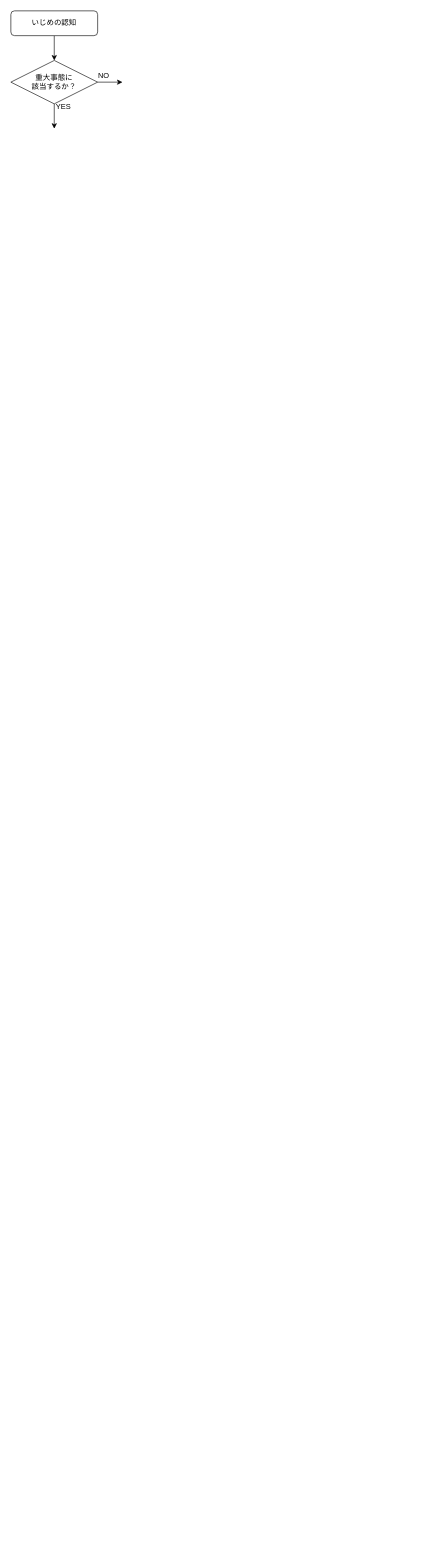
Above: src/ippan/r4/6-gatu/ijime-flow.drawio in yasutakeyohei/book-yasutake (draw.io), before the change. Source tidied: cells renumbered, new cells numbered last; positions are measured from the earlier drawing's top-left corner, leaving out a move shared by most shapes. Both pictures are drawn from the tidied source at 62%, with x=0, y=0 at pixel (11, 11).
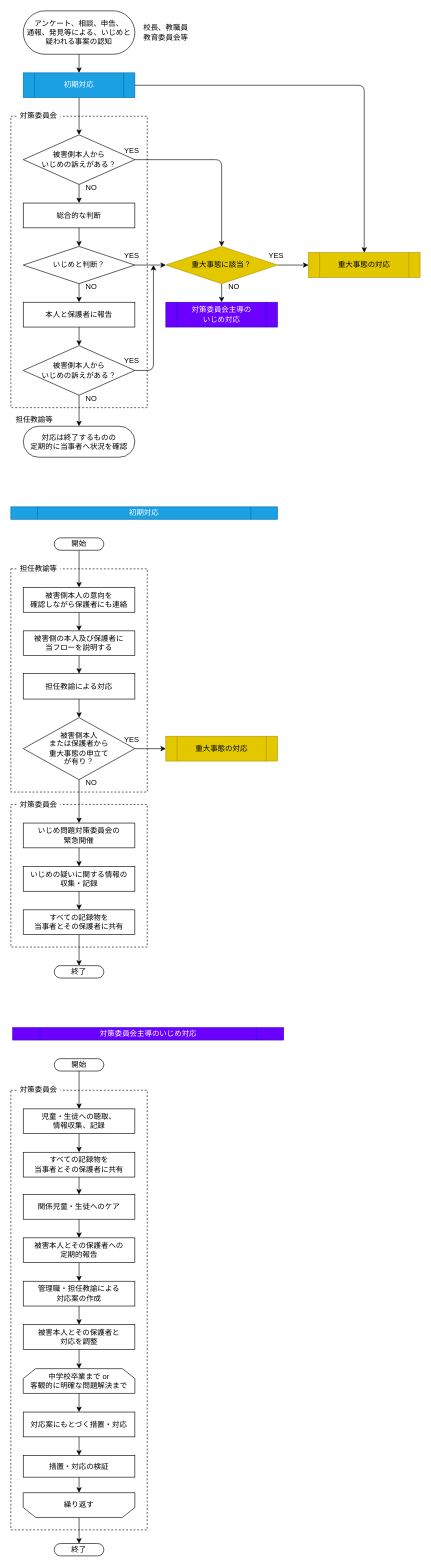
The same page after the edit.

Commit message:
初期対応、対策委員会主導の対応を作成

Diff of the diagram source:
```diff
@@
-    <mxCell id="2" style="edgeStyle=none;html=1;entryX=0.5;entryY=0;entryDx=0;entryDy=0;" parent="1" edge="1" source="3" target="6">
-      <mxGeometry relative="1" as="geometry" />
-    </mxCell>
-    <mxCell id="3" value="いじめの認知" style="rounded=1;whiteSpace=wrap;html=1;" parent="1" vertex="1">
-      <mxGeometry width="140" height="40" as="geometry" />
-    </mxCell>
-    <mxCell id="4" style="edgeStyle=none;html=1;" parent="1" edge="1" source="6">
-      <mxGeometry relative="1" as="geometry">
-        <mxPoint x="70" y="190" as="targetPoint" />
-      </mxGeometry>
-    </mxCell>
-    <mxCell id="5" style="edgeStyle=none;html=1;" parent="1" edge="1" source="6">
-      <mxGeometry relative="1" as="geometry">
-        <mxPoint x="180" y="115" as="targetPoint" />
-      </mxGeometry>
+    <mxCell id="5" style="edgeStyle=none;html=1;exitX=1;exitY=0.5;exitDx=0;exitDy=0;entryX=0;entryY=0.5;entryDx=0;entryDy=0;" parent="1" edge="1" source="6" target="52">
+      <mxGeometry relative="1" as="geometry" />
     </mxCell>
+    <mxCell id="9" style="edgeStyle=none;html=1;exitX=0.5;exitY=1;exitDx=0;exitDy=0;entryX=0.5;entryY=0;entryDx=0;entryDy=0;" parent="1" edge="1" source="6" target="49">
+      <mxGeometry relative="1" as="geometry" />
+    </mxCell>
-    <mxCell id="6" value="重大事態に&lt;br&gt;該当するか？" style="rhombus;whiteSpace=wrap;html=1;" parent="1" vertex="1">
-      <mxGeometry y="80" width="140" height="70" as="geometry" />
+    <mxCell id="6" value="重大事態に該当？" style="rhombus;whiteSpace=wrap;html=1;fillColor=#e3c800;fontColor=#000000;strokeColor=#B09500;" parent="1" vertex="1">
+      <mxGeometry x="250" y="380" width="180" height="60" as="geometry" />
     </mxCell>
     <mxCell id="7" value="YES" style="text;html=1;strokeColor=none;fillColor=none;align=center;verticalAlign=middle;whiteSpace=wrap;rounded=0;" parent="1" vertex="1">
-      <mxGeometry x="70" y="150" width="30" height="10" as="geometry" />
+      <mxGeometry x="180" y="560" width="30" height="10" as="geometry" />
     </mxCell>
     <mxCell id="8" value="NO" style="text;html=1;strokeColor=none;fillColor=none;align=center;verticalAlign=middle;whiteSpace=wrap;rounded=0;" parent="1" vertex="1">
-      <mxGeometry x="140" y="100" width="20" height="10" as="geometry" />
+      <mxGeometry x="120" y="620" width="20" height="10" as="geometry" />
     </mxCell>
+    <mxCell id="10" style="edgeStyle=orthogonalEdgeStyle;html=1;exitX=0.5;exitY=1;exitDx=0;exitDy=0;entryX=0.5;entryY=0;entryDx=0;entryDy=0;" parent="1" edge="1" source="11" target="54">
+      <mxGeometry relative="1" as="geometry" />
+    </mxCell>
+    <mxCell id="11" value="アンケート、相談、申告、&lt;br&gt;通報、発見等による、いじめと&lt;br&gt;疑われる事案の認知" style="rounded=1;whiteSpace=wrap;html=1;arcSize=50;" parent="1" vertex="1">
+      <mxGeometry x="20" width="180" height="70" as="geometry" />
+    </mxCell>
+    <mxCell id="12" style="edgeStyle=orthogonalEdgeStyle;rounded=0;html=1;exitX=0.5;exitY=1;exitDx=0;exitDy=0;fontSize=12;" parent="1" edge="1" source="13" target="78">
+      <mxGeometry relative="1" as="geometry" />
+    </mxCell>
+    <mxCell id="13" value="被害側の本人及び保護者に&lt;br&gt;当フローを説明する" style="rounded=0;whiteSpace=wrap;html=1;" parent="1" vertex="1">
+      <mxGeometry x="20" y="1000" width="180" height="40" as="geometry" />
+    </mxCell>
+    <mxCell id="14" value="校長、教職員&lt;br&gt;教育委員会等" style="text;html=1;strokeColor=none;fillColor=none;align=center;verticalAlign=middle;whiteSpace=wrap;rounded=0;" parent="1" vertex="1">
+      <mxGeometry x="210" y="20" width="80" height="30" as="geometry" />
+    </mxCell>
+    <mxCell id="15" style="edgeStyle=none;html=1;exitX=0.5;exitY=1;exitDx=0;exitDy=0;entryX=0.5;entryY=0;entryDx=0;entryDy=0;" parent="1" edge="1" source="16" target="13">
+      <mxGeometry relative="1" as="geometry" />
+    </mxCell>
+    <mxCell id="16" value="被害側本人の意向を&lt;br&gt;確認しながら保護者にも連絡" style="rounded=0;whiteSpace=wrap;html=1;" parent="1" vertex="1">
+      <mxGeometry x="20" y="930" width="180" height="40" as="geometry" />
+    </mxCell>
+    <mxCell id="17" style="edgeStyle=none;html=1;exitX=0.5;exitY=1;exitDx=0;exitDy=0;entryX=0.5;entryY=0;entryDx=0;entryDy=0;" parent="1" edge="1" source="18" target="20">
+      <mxGeometry relative="1" as="geometry" />
+    </mxCell>
+    <mxCell id="18" value="いじめ問題対策委員会の&lt;br&gt;緊急開催" style="rounded=0;whiteSpace=wrap;html=1;" parent="1" vertex="1">
+      <mxGeometry x="20" y="1310" width="180" height="40" as="geometry" />
+    </mxCell>
+    <mxCell id="19" style="edgeStyle=none;html=1;exitX=0.5;exitY=1;exitDx=0;exitDy=0;entryX=0.5;entryY=0;entryDx=0;entryDy=0;" parent="1" edge="1" source="20" target="45">
+      <mxGeometry relative="1" as="geometry" />
+    </mxCell>
+    <mxCell id="20" value="いじめの疑いに関する情報の&lt;br&gt;収集・記録" style="rounded=0;whiteSpace=wrap;html=1;" parent="1" vertex="1">
+      <mxGeometry x="20" y="1380" width="180" height="40" as="geometry" />
+    </mxCell>
+    <mxCell id="21" style="edgeStyle=none;html=1;exitX=0.5;exitY=1;exitDx=0;exitDy=0;entryX=0.5;entryY=0;entryDx=0;entryDy=0;" parent="1" edge="1" source="23" target="30">
+      <mxGeometry relative="1" as="geometry" />
+    </mxCell>
+    <mxCell id="22" style="edgeStyle=orthogonalEdgeStyle;html=1;exitX=1;exitY=0.5;exitDx=0;exitDy=0;entryX=0.5;entryY=0;entryDx=0;entryDy=0;" parent="1" edge="1" source="23" target="6">
+      <mxGeometry relative="1" as="geometry" />
+    </mxCell>
+    <mxCell id="23" value="被害側本人から&lt;br&gt;いじめの訴えがある？" style="rhombus;whiteSpace=wrap;html=1;" parent="1" vertex="1">
+      <mxGeometry x="20" y="200" width="180" height="80" as="geometry" />
+    </mxCell>
+    <mxCell id="24" style="edgeStyle=none;html=1;exitX=0.5;exitY=1;exitDx=0;exitDy=0;entryX=0.5;entryY=0;entryDx=0;entryDy=0;" parent="1" edge="1" source="25" target="28">
+      <mxGeometry relative="1" as="geometry" />
+    </mxCell>
+    <mxCell id="25" value="本人と保護者に報告" style="rounded=0;whiteSpace=wrap;html=1;" parent="1" vertex="1">
+      <mxGeometry x="20" y="470" width="180" height="40" as="geometry" />
+    </mxCell>
+    <mxCell id="26" style="edgeStyle=none;html=1;exitX=0.5;exitY=1;exitDx=0;exitDy=0;entryX=0.5;entryY=0;entryDx=0;entryDy=0;" parent="1" edge="1" source="28" target="50">
+      <mxGeometry relative="1" as="geometry" />
+    </mxCell>
+    <mxCell id="27" style="edgeStyle=none;html=1;exitX=1;exitY=0.5;exitDx=0;exitDy=0;" parent="1" edge="1" source="28">
+      <mxGeometry relative="1" as="geometry">
+        <mxPoint x="230" y="410" as="targetPoint" />
+        <Array as="points">
+          <mxPoint x="230" y="580" />
+        </Array>
+      </mxGeometry>
+    </mxCell>
+    <mxCell id="28" value="被害側本人から&lt;br&gt;いじめの訴えがある？" style="rhombus;whiteSpace=wrap;html=1;" parent="1" vertex="1">
+      <mxGeometry x="20" y="540" width="180" height="80" as="geometry" />
+    </mxCell>
+    <mxCell id="29" style="edgeStyle=none;html=1;exitX=0.5;exitY=1;exitDx=0;exitDy=0;entryX=0.5;entryY=0;entryDx=0;entryDy=0;" parent="1" edge="1" source="30" target="48">
+      <mxGeometry relative="1" as="geometry" />
+    </mxCell>
+    <mxCell id="30" value="総合的な判断" style="rounded=0;whiteSpace=wrap;html=1;" parent="1" vertex="1">
+      <mxGeometry x="20" y="310" width="180" height="40" as="geometry" />
+    </mxCell>
+    <mxCell id="31" style="edgeStyle=orthogonalEdgeStyle;rounded=1;html=1;fontSize=12;" parent="1" edge="1" source="32" target="76">
+      <mxGeometry relative="1" as="geometry" />
+    </mxCell>
+    <mxCell id="32" value="児童・生徒への聴取、&lt;br&gt;情報収集、記録" style="rounded=0;whiteSpace=wrap;html=1;" parent="1" vertex="1">
+      <mxGeometry x="20" y="1771" width="180" height="40" as="geometry" />
+    </mxCell>
+    <mxCell id="33" style="edgeStyle=orthogonalEdgeStyle;rounded=1;html=1;entryX=0.5;entryY=0;entryDx=0;entryDy=0;fontSize=12;" parent="1" edge="1" source="34" target="36">
+      <mxGeometry relative="1" as="geometry" />
+    </mxCell>
+    <mxCell id="34" value="関係児童・生徒へのケア" style="rounded=0;whiteSpace=wrap;html=1;" parent="1" vertex="1">
+      <mxGeometry x="20" y="1909" width="180" height="40" as="geometry" />
+    </mxCell>
+    <mxCell id="35" style="edgeStyle=orthogonalEdgeStyle;rounded=1;html=1;entryX=0.5;entryY=0;entryDx=0;entryDy=0;fontSize=12;" parent="1" edge="1" source="36" target="38">
+      <mxGeometry relative="1" as="geometry" />
+    </mxCell>
+    <mxCell id="36" value="被害本人とその保護者への&lt;br&gt;定期的報告" style="rounded=0;whiteSpace=wrap;html=1;" parent="1" vertex="1">
+      <mxGeometry x="20" y="1979" width="180" height="40" as="geometry" />
+    </mxCell>
+    <mxCell id="37" style="edgeStyle=orthogonalEdgeStyle;rounded=1;html=1;entryX=0.5;entryY=0;entryDx=0;entryDy=0;fontSize=12;" parent="1" edge="1" source="38" target="40">
+      <mxGeometry relative="1" as="geometry" />
+    </mxCell>
+    <mxCell id="38" value="管理職・担任教諭による&lt;br&gt;対応案の作成" style="rounded=0;whiteSpace=wrap;html=1;" parent="1" vertex="1">
+      <mxGeometry x="20" y="2049" width="180" height="40" as="geometry" />
+    </mxCell>
+    <mxCell id="39" style="edgeStyle=orthogonalEdgeStyle;rounded=1;html=1;fontSize=12;" parent="1" edge="1" source="40" target="80">
+      <mxGeometry relative="1" as="geometry" />
+    </mxCell>
+    <mxCell id="40" value="被害本人とその保護者と&lt;br&gt;対応を調整" style="rounded=0;whiteSpace=wrap;html=1;" parent="1" vertex="1">
+      <mxGeometry x="20" y="2119" width="180" height="40" as="geometry" />
+    </mxCell>
+    <mxCell id="41" style="edgeStyle=orthogonalEdgeStyle;rounded=1;html=1;entryX=0.5;entryY=0;entryDx=0;entryDy=0;fontSize=12;" parent="1" edge="1" source="42" target="43">
+      <mxGeometry relative="1" as="geometry" />
+    </mxCell>
+    <mxCell id="42" value="対応案にもとづく措置・対応" style="rounded=0;whiteSpace=wrap;html=1;" parent="1" vertex="1">
+      <mxGeometry x="20" y="2260" width="180" height="40" as="geometry" />
+    </mxCell>
+    <mxCell id="43" value="措置・対応の検証" style="rounded=0;whiteSpace=wrap;html=1;" parent="1" vertex="1">
+      <mxGeometry x="20" y="2330" width="180" height="35" as="geometry" />
+    </mxCell>
+    <mxCell id="44" style="edgeStyle=orthogonalEdgeStyle;rounded=1;html=1;exitX=0.5;exitY=1;exitDx=0;exitDy=0;entryX=0.5;entryY=0;entryDx=0;entryDy=0;fontSize=12;" parent="1" edge="1" source="45" target="72">
+      <mxGeometry relative="1" as="geometry" />
+    </mxCell>
+    <mxCell id="45" value="すべての記録物を&lt;br&gt;当事者とその保護者に共有" style="rounded=0;whiteSpace=wrap;html=1;" parent="1" vertex="1">
+      <mxGeometry x="20" y="1450" width="180" height="40" as="geometry" />
+    </mxCell>
+    <mxCell id="46" style="edgeStyle=none;html=1;exitX=0.5;exitY=1;exitDx=0;exitDy=0;entryX=0.5;entryY=0;entryDx=0;entryDy=0;" parent="1" edge="1" source="48">
+      <mxGeometry relative="1" as="geometry">
+        <mxPoint x="110" y="470" as="targetPoint" />
+      </mxGeometry>
+    </mxCell>
+    <mxCell id="47" style="edgeStyle=none;html=1;exitX=1;exitY=0.5;exitDx=0;exitDy=0;entryX=0;entryY=0.5;entryDx=0;entryDy=0;" parent="1" edge="1" source="48">
+      <mxGeometry relative="1" as="geometry">
+        <mxPoint x="250" y="410" as="targetPoint" />
+      </mxGeometry>
+    </mxCell>
+    <mxCell id="48" value="いじめと判断？" style="rhombus;whiteSpace=wrap;html=1;" parent="1" vertex="1">
+      <mxGeometry x="20" y="380" width="180" height="60" as="geometry" />
+    </mxCell>
+    <mxCell id="49" value="対策委員会主導の&lt;br&gt;いじめ対応" style="shape=process;whiteSpace=wrap;html=1;backgroundOutline=1;fillColor=#6a00ff;fontColor=#ffffff;strokeColor=#3700CC;" parent="1" vertex="1">
+      <mxGeometry x="250" y="470" width="180" height="40" as="geometry" />
+    </mxCell>
+    <mxCell id="50" value="&lt;span&gt;対応は終了するものの&lt;/span&gt;&lt;br&gt;&lt;span&gt;定期的に当事者へ状況を確認&lt;/span&gt;" style="rounded=1;whiteSpace=wrap;html=1;arcSize=50;" parent="1" vertex="1">
+      <mxGeometry x="20" y="670" width="180" height="50" as="geometry" />
+    </mxCell>
+    <mxCell id="51" value="担任教諭等" style="text;html=1;strokeColor=none;fillColor=none;align=right;verticalAlign=middle;whiteSpace=wrap;rounded=0;" parent="1" vertex="1">
+      <mxGeometry y="650" width="70" height="20" as="geometry" />
+    </mxCell>
+    <mxCell id="52" value="重大事態の対応" style="shape=process;whiteSpace=wrap;html=1;backgroundOutline=1;fillColor=#e3c800;fontColor=#000000;strokeColor=#B09500;" parent="1" vertex="1">
+      <mxGeometry x="480" y="390" width="180" height="40" as="geometry" />
+    </mxCell>
+    <mxCell id="53" style="edgeStyle=orthogonalEdgeStyle;html=1;exitX=0.5;exitY=1;exitDx=0;exitDy=0;entryX=0.5;entryY=0;entryDx=0;entryDy=0;" parent="1" edge="1" source="54" target="23">
+      <mxGeometry relative="1" as="geometry" />
+    </mxCell>
+    <mxCell id="54" value="初期対応" style="shape=process;whiteSpace=wrap;html=1;backgroundOutline=1;fillColor=#1ba1e2;strokeColor=#006EAF;fontColor=#ffffff;" parent="1" vertex="1">
+      <mxGeometry x="20" y="100" width="180" height="40" as="geometry" />
+    </mxCell>
+    <mxCell id="55" value="YES" style="text;html=1;strokeColor=none;fillColor=none;align=center;verticalAlign=middle;whiteSpace=wrap;rounded=0;" parent="1" vertex="1">
+      <mxGeometry x="180" y="390" width="30" height="10" as="geometry" />
+    </mxCell>
+    <mxCell id="56" value="YES" style="text;html=1;strokeColor=none;fillColor=none;align=center;verticalAlign=middle;whiteSpace=wrap;rounded=0;" parent="1" vertex="1">
+      <mxGeometry x="180" y="220" width="30" height="10" as="geometry" />
+    </mxCell>
+    <mxCell id="57" value="NO" style="text;html=1;strokeColor=none;fillColor=none;align=center;verticalAlign=middle;whiteSpace=wrap;rounded=0;" parent="1" vertex="1">
+      <mxGeometry x="120" y="440" width="20" height="10" as="geometry" />
+    </mxCell>
+    <mxCell id="58" value="NO" style="text;html=1;strokeColor=none;fillColor=none;align=center;verticalAlign=middle;whiteSpace=wrap;rounded=0;" parent="1" vertex="1">
+      <mxGeometry x="120" y="280" width="20" height="10" as="geometry" />
+    </mxCell>
+    <mxCell id="59" value="YES" style="text;html=1;strokeColor=none;fillColor=none;align=center;verticalAlign=middle;whiteSpace=wrap;rounded=0;" parent="1" vertex="1">
+      <mxGeometry x="413" y="390" width="30" height="10" as="geometry" />
+    </mxCell>
+    <mxCell id="60" value="NO" style="text;html=1;strokeColor=none;fillColor=none;align=center;verticalAlign=middle;whiteSpace=wrap;rounded=0;" parent="1" vertex="1">
+      <mxGeometry x="350" y="440" width="20" height="10" as="geometry" />
+    </mxCell>
+    <mxCell id="61" style="edgeStyle=none;html=1;exitX=0.5;exitY=1;exitDx=0;exitDy=0;entryX=0.5;entryY=0;entryDx=0;entryDy=0;" parent="1" edge="1" source="63" target="16">
+      <mxGeometry relative="1" as="geometry" />
+    </mxCell>
+    <mxCell id="62" value="初期対応" style="shape=process;whiteSpace=wrap;html=1;backgroundOutline=1;fillColor=#1ba1e2;fontColor=#ffffff;strokeColor=#006EAF;" parent="1" vertex="1">
+      <mxGeometry y="800" width="430" height="20" as="geometry" />
+    </mxCell>
+    <mxCell id="63" value="開始" style="rounded=1;whiteSpace=wrap;html=1;arcSize=50;" parent="1" vertex="1">
+      <mxGeometry x="70" y="850" width="80" height="20" as="geometry" />
+    </mxCell>
+    <mxCell id="64" style="edgeStyle=orthogonalEdgeStyle;rounded=1;html=1;exitX=1;exitY=0.5;exitDx=0;exitDy=0;fontSize=12;" parent="1" edge="1" source="54" target="52">
+      <mxGeometry relative="1" as="geometry" />
+    </mxCell>
+    <mxCell id="65" style="edgeStyle=orthogonalEdgeStyle;rounded=1;html=1;exitX=0.5;exitY=1;exitDx=0;exitDy=0;fontSize=12;" parent="1" edge="1" source="67" target="18">
+      <mxGeometry relative="1" as="geometry" />
+    </mxCell>
+    <mxCell id="66" style="edgeStyle=orthogonalEdgeStyle;rounded=1;html=1;entryX=0;entryY=0.5;entryDx=0;entryDy=0;fontSize=12;" parent="1" edge="1" source="67" target="70">
+      <mxGeometry relative="1" as="geometry" />
+    </mxCell>
+    <mxCell id="67" value="被害側本人&lt;br&gt;または保護者から&lt;br&gt;重大事態の申立て&lt;br&gt;が有り？" style="rhombus;whiteSpace=wrap;html=1;" parent="1" vertex="1">
+      <mxGeometry x="20" y="1140" width="180" height="100" as="geometry" />
+    </mxCell>
+    <mxCell id="68" value="NO" style="text;html=1;strokeColor=none;fillColor=none;align=center;verticalAlign=middle;whiteSpace=wrap;rounded=0;" parent="1" vertex="1">
+      <mxGeometry x="120" y="1240" width="20" height="10" as="geometry" />
+    </mxCell>
+    <mxCell id="69" value="YES" style="text;html=1;strokeColor=none;fillColor=none;align=center;verticalAlign=middle;whiteSpace=wrap;rounded=0;" parent="1" vertex="1">
+      <mxGeometry x="180" y="1170" width="30" height="10" as="geometry" />
+    </mxCell>
+    <mxCell id="70" value="重大事態の対応" style="shape=process;whiteSpace=wrap;html=1;backgroundOutline=1;fillColor=#e3c800;fontColor=#000000;strokeColor=#B09500;" parent="1" vertex="1">
+      <mxGeometry x="250" y="1170" width="180" height="40" as="geometry" />
+    </mxCell>
+    <mxCell id="71" value="対策委員会主導のいじめ対応" style="shape=process;whiteSpace=wrap;html=1;backgroundOutline=1;fillColor=#6a00ff;fontColor=#ffffff;strokeColor=#3700CC;" parent="1" vertex="1">
+      <mxGeometry x="3" y="1640" width="437" height="20" as="geometry" />
+    </mxCell>
+    <mxCell id="72" value="終了" style="rounded=1;whiteSpace=wrap;html=1;arcSize=50;" parent="1" vertex="1">
+      <mxGeometry x="70" y="1540" width="80" height="20" as="geometry" />
+    </mxCell>
+    <mxCell id="73" value="開始" style="rounded=1;whiteSpace=wrap;html=1;arcSize=50;" parent="1" vertex="1">
+      <mxGeometry x="70" y="1690" width="80" height="20" as="geometry" />
+    </mxCell>
+    <mxCell id="74" value="終了" style="rounded=1;whiteSpace=wrap;html=1;arcSize=50;" parent="1" vertex="1">
+      <mxGeometry x="70" y="2472" width="80" height="20" as="geometry" />
+    </mxCell>
+    <mxCell id="75" style="edgeStyle=orthogonalEdgeStyle;rounded=1;html=1;entryX=0.5;entryY=0;entryDx=0;entryDy=0;fontSize=12;" parent="1" edge="1" source="76" target="34">
+      <mxGeometry relative="1" as="geometry" />
+    </mxCell>
+    <mxCell id="76" value="すべての記録物を&lt;br&gt;当事者とその保護者に共有" style="rounded=0;whiteSpace=wrap;html=1;" parent="1" vertex="1">
+      <mxGeometry x="20" y="1841" width="180" height="40" as="geometry" />
+    </mxCell>
+    <mxCell id="77" style="edgeStyle=orthogonalEdgeStyle;rounded=1;html=1;exitX=0.5;exitY=1;exitDx=0;exitDy=0;fontSize=12;" parent="1" edge="1" source="78" target="67">
+      <mxGeometry relative="1" as="geometry" />
+    </mxCell>
+    <mxCell id="78" value="担任教諭による対応" style="rounded=0;whiteSpace=wrap;html=1;" parent="1" vertex="1">
+      <mxGeometry x="20" y="1069" width="180" height="41" as="geometry" />
+    </mxCell>
+    <mxCell id="79" style="edgeStyle=orthogonalEdgeStyle;rounded=1;html=1;entryX=0.5;entryY=0;entryDx=0;entryDy=0;fontSize=12;" parent="1" edge="1">
+      <mxGeometry relative="1" as="geometry">
+        <mxPoint x="110" y="1710" as="sourcePoint" />
+        <mxPoint x="110" y="1771" as="targetPoint" />
+      </mxGeometry>
+    </mxCell>
+    <mxCell id="80" value="中学校卒業まで or&lt;br&gt;客観的に明確な問題解決まで" style="shape=loopLimit;whiteSpace=wrap;html=1;fontSize=12;fillColor=default;" parent="1" vertex="1">
+      <mxGeometry x="20" y="2190" width="180" height="40" as="geometry" />
+    </mxCell>
+    <mxCell id="81" style="edgeStyle=orthogonalEdgeStyle;rounded=1;html=1;fontSize=12;" parent="1" edge="1" source="82" target="74">
+      <mxGeometry relative="1" as="geometry" />
+    </mxCell>
+    <mxCell id="82" value="繰り返す" style="shape=loopLimit;whiteSpace=wrap;html=1;fontSize=12;fillColor=default;direction=west;" parent="1" vertex="1">
+      <mxGeometry x="20" y="2390" width="180" height="40" as="geometry" />
+    </mxCell>
+    <mxCell id="83" style="edgeStyle=orthogonalEdgeStyle;rounded=1;html=1;fontSize=12;exitX=0.5;exitY=1;exitDx=0;exitDy=0;entryX=0.5;entryY=0;entryDx=0;entryDy=0;" parent="1" edge="1" source="80" target="42">
+      <mxGeometry relative="1" as="geometry" />
+    </mxCell>
+    <mxCell id="84" style="edgeStyle=orthogonalEdgeStyle;rounded=1;html=1;entryX=0.5;entryY=1;entryDx=0;entryDy=0;fontSize=12;exitX=0.5;exitY=1;exitDx=0;exitDy=0;" parent="1" edge="1" source="43" target="82">
+      <mxGeometry relative="1" as="geometry" />
+    </mxCell>
+    <mxCell id="85" parent="0" />
+    <mxCell id="86" style="rounded=0;whiteSpace=wrap;html=1;fillColor=none;dashed=1;" parent="85" vertex="1">
+      <mxGeometry y="170" width="220" height="470" as="geometry" />
+    </mxCell>
+    <mxCell id="87" value="対策委員会" style="text;html=1;strokeColor=none;fillColor=default;align=center;verticalAlign=middle;whiteSpace=wrap;rounded=0;" parent="85" vertex="1">
+      <mxGeometry x="10" y="160" width="70" height="20" as="geometry" />
+    </mxCell>
+    <mxCell id="88" style="rounded=0;whiteSpace=wrap;html=1;fillColor=none;dashed=1;" parent="85" vertex="1">
+      <mxGeometry y="900" width="220" height="360" as="geometry" />
+    </mxCell>
+    <mxCell id="89" value="担任教諭等" style="text;html=1;strokeColor=none;fillColor=default;align=center;verticalAlign=middle;whiteSpace=wrap;rounded=0;" parent="85" vertex="1">
+      <mxGeometry x="10" y="890" width="70" height="20" as="geometry" />
+    </mxCell>
+    <mxCell id="90" style="rounded=0;whiteSpace=wrap;html=1;fillColor=none;dashed=1;" parent="85" vertex="1">
+      <mxGeometry y="1280" width="220" height="230" as="geometry" />
+    </mxCell>
+    <mxCell id="91" value="対策委員会" style="text;html=1;strokeColor=none;fillColor=default;align=center;verticalAlign=middle;whiteSpace=wrap;rounded=0;" parent="85" vertex="1">
+      <mxGeometry x="10" y="1270" width="70" height="20" as="geometry" />
+    </mxCell>
+    <mxCell id="92" style="rounded=0;whiteSpace=wrap;html=1;fillColor=none;dashed=1;" parent="85" vertex="1">
+      <mxGeometry y="1741" width="220" height="709" as="geometry" />
+    </mxCell>
+    <mxCell id="93" value="対策委員会" style="text;html=1;strokeColor=none;fillColor=default;align=center;verticalAlign=middle;whiteSpace=wrap;rounded=0;" parent="85" vertex="1">
+      <mxGeometry x="10" y="1730" width="70" height="20" as="geometry" />
+    </mxCell>
```
